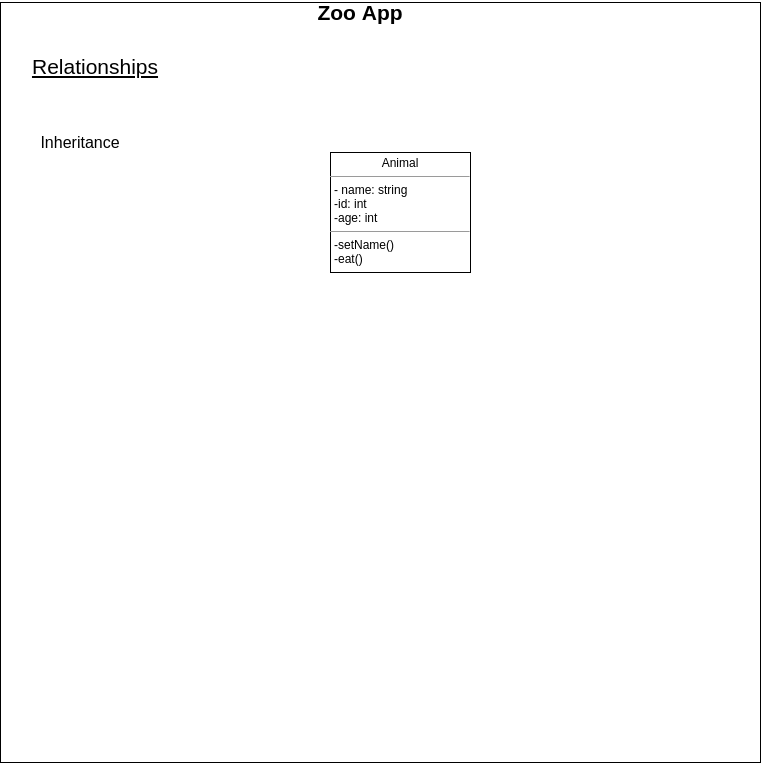
Earlier version of the draw.io export class-diagram-UML.png (ERUSDHARMENDRA/diagrams). Source tidied: cells renumbered, new cells last; positions are measured from the earlier drawing's top-left corner, leaving out a move shared by most shapes.
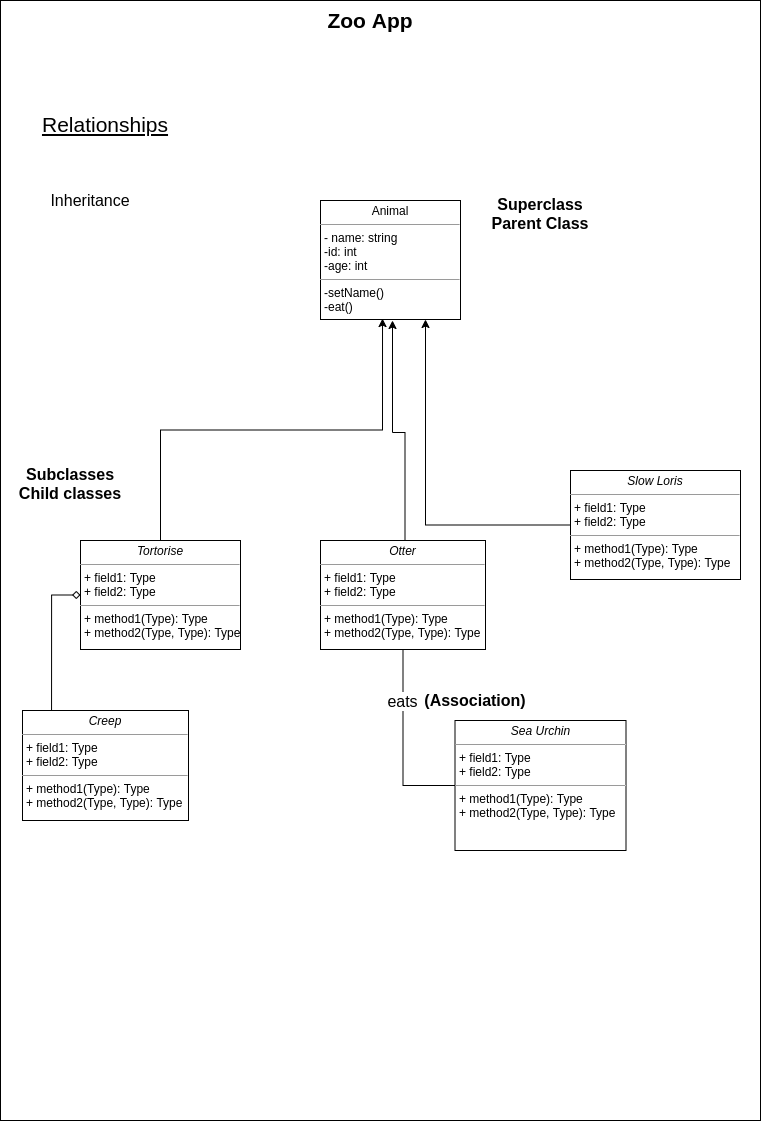
After the change.

What changed in the source:
```diff
@@ -3,19 +3,70 @@
     <mxCell id="0" />
     <mxCell id="1" parent="0" />
     <mxCell id="2" style="rounded=0;whiteSpace=wrap;html=1;" parent="1" vertex="1">
-      <mxGeometry width="760" height="760" as="geometry" />
+      <mxGeometry x="-6" y="-2320" width="760" height="1120" as="geometry" />
     </mxCell>
     <mxCell id="3" value="Zoo App" style="text;html=1;strokeColor=none;fillColor=none;align=center;verticalAlign=middle;whiteSpace=wrap;rounded=0;fontStyle=1;fontSize=21;" parent="1" vertex="1">
-      <mxGeometry x="310" width="100" height="20" as="geometry" />
+      <mxGeometry x="314" y="-2310" width="100" height="19" as="geometry" />
     </mxCell>
     <mxCell id="4" value="Relationships" style="text;html=1;strokeColor=none;fillColor=none;align=center;verticalAlign=middle;whiteSpace=wrap;rounded=0;fontSize=21;fontStyle=4;" parent="1" vertex="1">
-      <mxGeometry x="70" y="54" width="50" height="20" as="geometry" />
+      <mxGeometry x="74" y="-2206" width="50" height="19" as="geometry" />
     </mxCell>
     <mxCell id="5" value="&lt;p style=&quot;margin: 0px ; margin-top: 4px ; text-align: center&quot;&gt;Animal&lt;/p&gt;&lt;hr size=&quot;1&quot;&gt;&lt;p style=&quot;margin: 0px ; margin-left: 4px&quot;&gt;- name: string&lt;br&gt;-id: int&lt;/p&gt;&lt;p style=&quot;margin: 0px ; margin-left: 4px&quot;&gt;-age: int&lt;/p&gt;&lt;hr size=&quot;1&quot;&gt;&lt;p style=&quot;margin: 0px ; margin-left: 4px&quot;&gt;-setName()&lt;br&gt;-eat()&lt;/p&gt;" style="verticalAlign=top;align=left;overflow=fill;fontSize=12;fontFamily=Helvetica;html=1;" parent="1" vertex="1">
-      <mxGeometry x="330" y="150" width="140" height="120" as="geometry" />
+      <mxGeometry x="314" y="-2120" width="140" height="119" as="geometry" />
     </mxCell>
     <mxCell id="6" value="Inheritance" style="text;html=1;strokeColor=none;fillColor=none;align=center;verticalAlign=middle;whiteSpace=wrap;rounded=0;fontSize=16;fontStyle=0;" parent="1" vertex="1">
-      <mxGeometry x="60" y="130" width="40" height="20" as="geometry" />
+      <mxGeometry x="64" y="-2130" width="40" height="19" as="geometry" />
     </mxCell>
+    <mxCell id="7" style="edgeStyle=orthogonalEdgeStyle;rounded=0;jettySize=auto;html=1;entryX=0.75;entryY=1;entryDx=0;entryDy=0;fontSize=16;" parent="1" edge="1" source="8" target="5">
+      <mxGeometry relative="1" as="geometry" />
+    </mxCell>
+    <mxCell id="8" value="&lt;p style=&quot;margin: 0px ; margin-top: 4px ; text-align: center&quot;&gt;&lt;i&gt;Slow Loris&lt;/i&gt;&lt;/p&gt;&lt;hr size=&quot;1&quot;&gt;&lt;p style=&quot;margin: 0px ; margin-left: 4px&quot;&gt;+ field1: Type&lt;br&gt;+ field2: Type&lt;/p&gt;&lt;hr size=&quot;1&quot;&gt;&lt;p style=&quot;margin: 0px ; margin-left: 4px&quot;&gt;+ method1(Type): Type&lt;br&gt;+ method2(Type, Type): Type&lt;/p&gt;" style="verticalAlign=top;align=left;overflow=fill;fontSize=12;fontFamily=Helvetica;html=1;" parent="1" vertex="1">
+      <mxGeometry x="564" y="-1850" width="170" height="109" as="geometry" />
+    </mxCell>
+    <mxCell id="9" style="edgeStyle=orthogonalEdgeStyle;rounded=0;orthogonalLoop=1;jettySize=auto;html=1;exitX=0.5;exitY=0;exitDx=0;exitDy=0;fontSize=16;" parent="1" edge="1">
+      <mxGeometry relative="1" as="geometry">
+        <mxPoint x="398.5" y="-1780" as="sourcePoint" />
+        <mxPoint x="386" y="-2000" as="targetPoint" />
+        <Array as="points">
+          <mxPoint x="399" y="-1888" />
+          <mxPoint x="386" y="-1888" />
+        </Array>
+      </mxGeometry>
+    </mxCell>
+    <mxCell id="10" value="&lt;p style=&quot;margin: 0px ; margin-top: 4px ; text-align: center&quot;&gt;&lt;i&gt;Otter&lt;/i&gt;&lt;/p&gt;&lt;hr size=&quot;1&quot;&gt;&lt;p style=&quot;margin: 0px ; margin-left: 4px&quot;&gt;+ field1: Type&lt;br&gt;+ field2: Type&lt;/p&gt;&lt;hr size=&quot;1&quot;&gt;&lt;p style=&quot;margin: 0px ; margin-left: 4px&quot;&gt;+ method1(Type): Type&lt;br&gt;+ method2(Type, Type): Type&lt;/p&gt;" style="verticalAlign=top;align=left;overflow=fill;fontSize=12;fontFamily=Helvetica;html=1;" parent="1" vertex="1">
+      <mxGeometry x="314" y="-1780" width="165" height="109" as="geometry" />
+    </mxCell>
+    <mxCell id="11" style="edgeStyle=orthogonalEdgeStyle;rounded=0;jettySize=auto;html=1;exitX=0.5;exitY=0;exitDx=0;exitDy=0;entryX=0.443;entryY=0.992;entryDx=0;entryDy=0;entryPerimeter=0;fontSize=16;" parent="1" edge="1" source="13" target="5">
+      <mxGeometry relative="1" as="geometry" />
+    </mxCell>
+    <mxCell id="12" style="edgeStyle=orthogonalEdgeStyle;rounded=0;jettySize=auto;html=1;exitX=0;exitY=0.5;exitDx=0;exitDy=0;entryX=0.175;entryY=0.018;entryDx=0;entryDy=0;entryPerimeter=0;fontSize=16;endArrow=none;endFill=0;startArrow=diamond;startFill=0;" parent="1" edge="1" source="13" target="20">
+      <mxGeometry relative="1" as="geometry" />
+    </mxCell>
+    <mxCell id="13" value="&lt;p style=&quot;margin: 0px ; margin-top: 4px ; text-align: center&quot;&gt;&lt;i&gt;Tortorise&lt;/i&gt;&lt;/p&gt;&lt;hr size=&quot;1&quot;&gt;&lt;p style=&quot;margin: 0px ; margin-left: 4px&quot;&gt;+ field1: Type&lt;br&gt;+ field2: Type&lt;/p&gt;&lt;hr size=&quot;1&quot;&gt;&lt;p style=&quot;margin: 0px ; margin-left: 4px&quot;&gt;+ method1(Type): Type&lt;br&gt;+ method2(Type, Type): Type&lt;/p&gt;" style="verticalAlign=top;align=left;overflow=fill;fontSize=12;fontFamily=Helvetica;html=1;" parent="1" vertex="1">
+      <mxGeometry x="74" y="-1780" width="160" height="109" as="geometry" />
+    </mxCell>
+    <mxCell id="14" value="Superclass&#10;Parent Class" style="text;align=center;fontStyle=1;verticalAlign=middle;spacingLeft=3;spacingRight=3;strokeColor=none;fontSize=16;" parent="1" vertex="1">
+      <mxGeometry x="494" y="-2120" width="80" height="25" as="geometry" />
+    </mxCell>
+    <mxCell id="15" value="Subclasses&#10;Child classes" style="text;align=center;fontStyle=1;verticalAlign=middle;spacingLeft=3;spacingRight=3;strokeColor=none;fontSize=16;" parent="1" vertex="1">
+      <mxGeometry x="24" y="-1850" width="80" height="25" as="geometry" />
+    </mxCell>
+    <mxCell id="16" style="rounded=0;jettySize=auto;html=1;exitX=0;exitY=0.5;exitDx=0;exitDy=0;fontSize=16;edgeStyle=orthogonalEdgeStyle;endArrow=none;endFill=0;" parent="1" edge="1" source="18" target="10">
+      <mxGeometry relative="1" as="geometry" />
+    </mxCell>
+    <mxCell id="17" value="eats" style="edgeLabel;html=1;align=center;verticalAlign=middle;fontSize=16;" parent="16" vertex="1">
+      <mxGeometry x="0.46" y="2" relative="1" as="geometry">
+        <mxPoint x="1" as="offset" />
+      </mxGeometry>
+    </mxCell>
+    <mxCell id="18" value="&lt;p style=&quot;margin: 0px ; margin-top: 4px ; text-align: center&quot;&gt;&lt;i&gt;Sea Urchin&lt;/i&gt;&lt;/p&gt;&lt;hr size=&quot;1&quot;&gt;&lt;p style=&quot;margin: 0px ; margin-left: 4px&quot;&gt;+ field1: Type&lt;br&gt;+ field2: Type&lt;/p&gt;&lt;hr size=&quot;1&quot;&gt;&lt;p style=&quot;margin: 0px ; margin-left: 4px&quot;&gt;+ method1(Type): Type&lt;br&gt;+ method2(Type, Type): Type&lt;/p&gt;" style="verticalAlign=top;align=left;overflow=fill;fontSize=12;fontFamily=Helvetica;html=1;" parent="1" vertex="1">
+      <mxGeometry x="448.5" y="-1600" width="171" height="130" as="geometry" />
+    </mxCell>
+    <mxCell id="19" value="(Association)" style="text;html=1;strokeColor=none;fillColor=none;align=center;verticalAlign=middle;whiteSpace=wrap;rounded=0;fontSize=16;fontStyle=1;" parent="1" vertex="1">
+      <mxGeometry x="448.5" y="-1630" width="40" height="20" as="geometry" />
+    </mxCell>
+    <mxCell id="20" value="&lt;p style=&quot;margin: 0px ; margin-top: 4px ; text-align: center&quot;&gt;&lt;i&gt;Creep&lt;/i&gt;&lt;/p&gt;&lt;hr size=&quot;1&quot;&gt;&lt;p style=&quot;margin: 0px ; margin-left: 4px&quot;&gt;+ field1: Type&lt;br&gt;+ field2: Type&lt;/p&gt;&lt;hr size=&quot;1&quot;&gt;&lt;p style=&quot;margin: 0px ; margin-left: 4px&quot;&gt;+ method1(Type): Type&lt;br&gt;+ method2(Type, Type): Type&lt;/p&gt;" style="verticalAlign=top;align=left;overflow=fill;fontSize=12;fontFamily=Helvetica;html=1;" parent="1" vertex="1">
+      <mxGeometry x="16" y="-1610" width="166" height="110" as="geometry" />
+    </mxCell>
   </root>
 </mxGraphModel>
```
